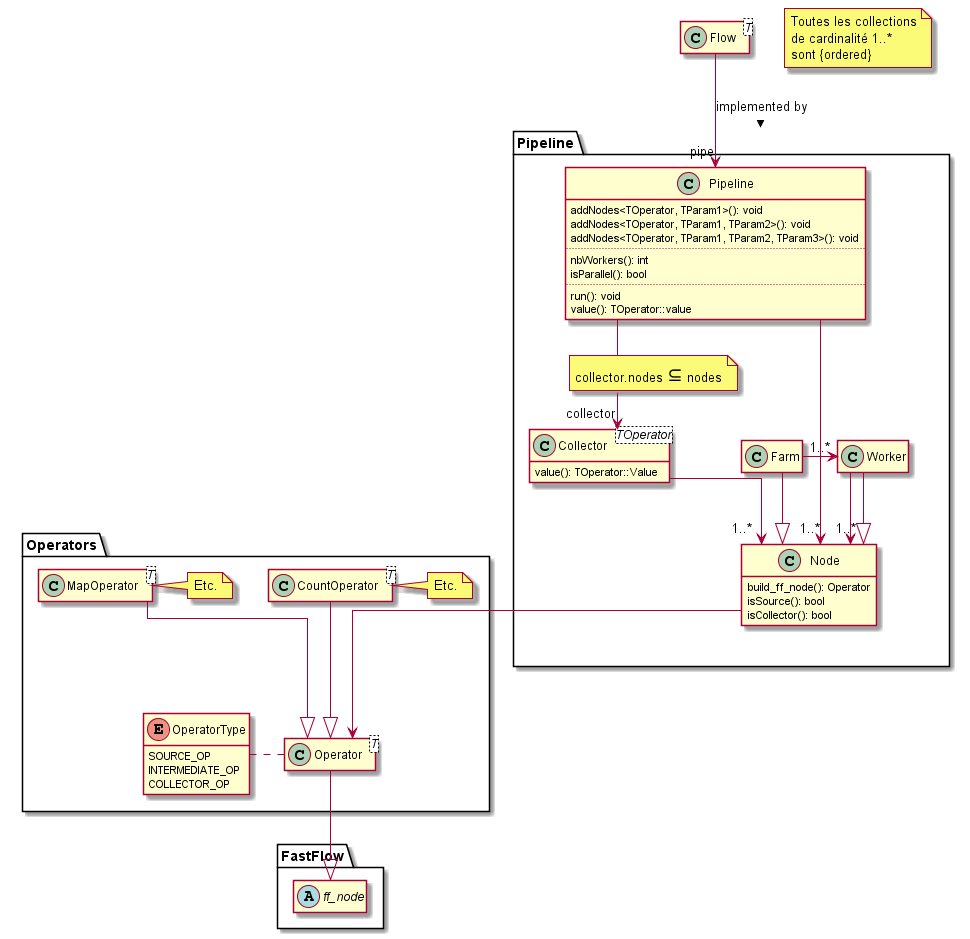
Before: MemoireRedaction/Figures/pipeline.png, a diagram exported from PlantUML (iulianc/PpFf).
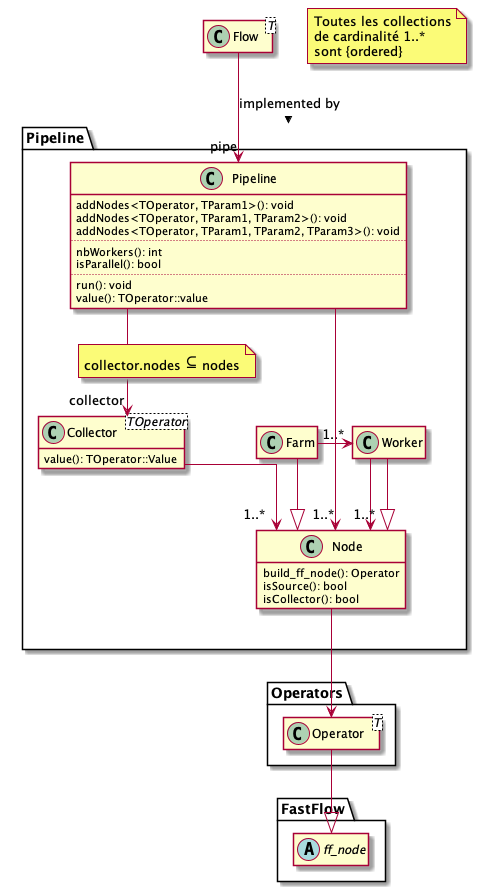
Later version of the same file.

Commit message:
Revise section Pipeline + Arrange les figures

What changed in the source:
```diff
@@ -9,10 +9,11 @@
 skinparam classAttributeIconSize 0
 
 
-!$details = 0
 
-!include flow.txt!$details
-!include fastflow.txt!$details
+class Flow<T>
+package FastFlow {
+  abstract class ff_node
+}
 
 note as N1
 Toutes les collections
@@ -75,6 +76,14 @@
     Flow --> "pipe" Pipeline : implemented by >
 
 
-    !include operatorsVueEnsemble.txt
+package Operators {
+
+  class Operator<T> {
+  }
+
+  Node --> Operator
+}
+
+Operator --|> ff_node
 
 @enduml
```
